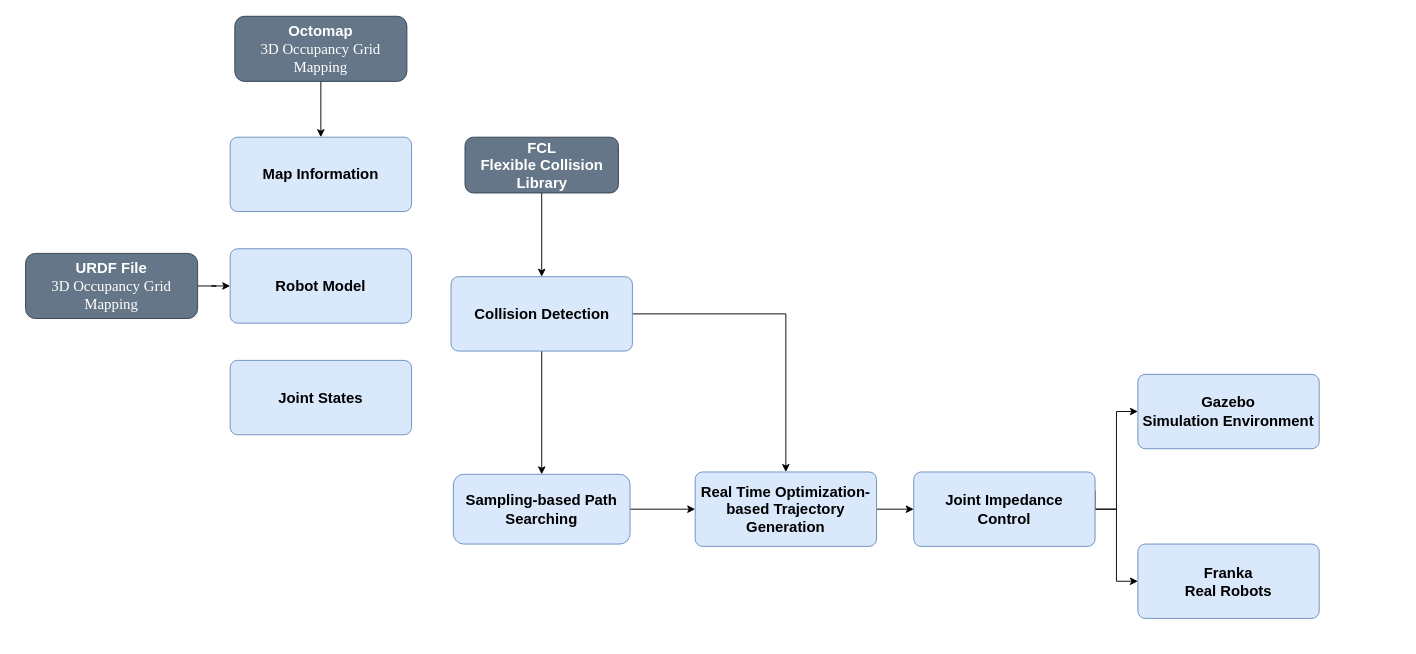
The draw.io diagram Untitled Diagram.drawio in jasonchenj/game, before the edit. Source tidied: cells renumbered, new cells numbered last; positions are measured from the earlier drawing's top-left corner, leaving out a move shared by most shapes. Both pictures are drawn from the tidied source at 93%, with x=0, y=0 at pixel (25, 16).
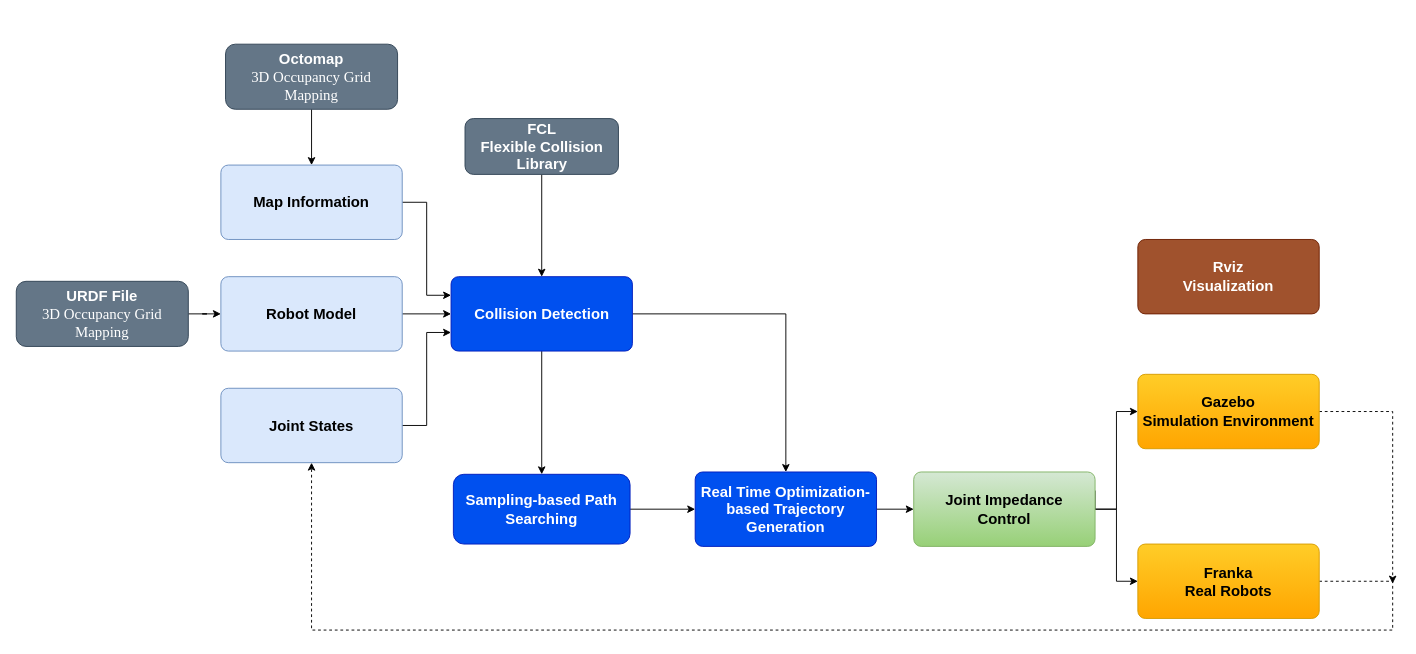
Above is the later version.

Diff of the diagram source:
```diff
@@
     <mxCell id="3" value="&lt;font style=&quot;font-size: 16px&quot;&gt;&lt;b&gt;FCL&lt;br&gt;Flexible Collision Library&lt;br&gt;&lt;/b&gt;&lt;/font&gt;" style="rounded=1;whiteSpace=wrap;html=1;fillColor=#647687;strokeColor=#314354;fontColor=#ffffff;" parent="1" vertex="1">
-      <mxGeometry x="472.5" y="130" width="165" height="60" as="geometry" />
+      <mxGeometry x="472.5" y="110" width="165" height="60" as="geometry" />
     </mxCell>
@@
-    <mxCell id="5" value="&lt;span style=&quot;font-size: 16px&quot;&gt;&lt;b&gt;Sampling-based Path Searching&lt;/b&gt;&lt;/span&gt;" style="rounded=1;whiteSpace=wrap;html=1;fillColor=#dae8fc;strokeColor=#6c8ebf;" parent="1" vertex="1">
+    <mxCell id="5" value="&lt;span style=&quot;font-size: 16px&quot;&gt;&lt;b&gt;Sampling-based Path Searching&lt;/b&gt;&lt;/span&gt;" style="rounded=1;whiteSpace=wrap;html=1;fillColor=#0050ef;strokeColor=#001DBC;fontColor=#ffffff;" parent="1" vertex="1">
       <mxGeometry x="460" y="492.5" width="190" height="75" as="geometry" />
     </mxCell>
@@
-    <mxCell id="7" value="&lt;span style=&quot;font-size: 16px&quot;&gt;&lt;b&gt;Real Time Optimization-based Trajectory Generation&lt;/b&gt;&lt;/span&gt;" style="rounded=1;whiteSpace=wrap;html=1;fillColor=#dae8fc;strokeColor=#6c8ebf;arcSize=10;" parent="1" vertex="1">
+    <mxCell id="7" value="&lt;span style=&quot;font-size: 16px&quot;&gt;&lt;b&gt;Real Time Optimization-based Trajectory Generation&lt;/b&gt;&lt;/span&gt;" style="rounded=1;whiteSpace=wrap;html=1;fillColor=#0050ef;strokeColor=#001DBC;arcSize=10;fontColor=#ffffff;" parent="1" vertex="1">
       <mxGeometry x="720" y="490" width="195" height="80" as="geometry" />
     </mxCell>
@@
-    <mxCell id="10" value="&lt;span style=&quot;font-size: 16px&quot;&gt;&lt;b&gt;Collision Detection&lt;/b&gt;&lt;/span&gt;" style="rounded=1;whiteSpace=wrap;html=1;fillColor=#dae8fc;strokeColor=#6c8ebf;arcSize=10;" parent="1" vertex="1">
+    <mxCell id="10" value="&lt;span style=&quot;font-size: 16px&quot;&gt;&lt;b&gt;Collision Detection&lt;/b&gt;&lt;/span&gt;" style="rounded=1;whiteSpace=wrap;html=1;fillColor=#0050ef;strokeColor=#001DBC;arcSize=10;fontColor=#ffffff;" parent="1" vertex="1">
       <mxGeometry x="457.5" y="280" width="195" height="80" as="geometry" />
     </mxCell>
@@
-    <mxCell id="13" value="&lt;span style=&quot;font-size: 16px&quot;&gt;&lt;b&gt;Joint Impedance &lt;br&gt;Control&lt;/b&gt;&lt;/span&gt;" style="rounded=1;whiteSpace=wrap;html=1;fillColor=#dae8fc;strokeColor=#6c8ebf;arcSize=10;" parent="1" vertex="1">
+    <mxCell id="13" value="&lt;span style=&quot;font-size: 16px&quot;&gt;&lt;b&gt;Joint Impedance &lt;br&gt;Control&lt;/b&gt;&lt;/span&gt;" style="rounded=1;whiteSpace=wrap;html=1;fillColor=#d5e8d4;strokeColor=#82b366;arcSize=10;gradientColor=#97d077;" parent="1" vertex="1">
       <mxGeometry x="955" y="490" width="195" height="80" as="geometry" />
     </mxCell>
+    <mxCell id="23" style="edgeStyle=orthogonalEdgeStyle;rounded=0;jettySize=auto;html=1;dashed=1;" parent="1" edge="1" source="14">
+      <mxGeometry relative="1" as="geometry">
+        <mxPoint x="1470" y="610" as="targetPoint" />
+        <Array as="points">
+          <mxPoint x="1470" y="425" />
+        </Array>
+      </mxGeometry>
+    </mxCell>
-    <mxCell id="14" value="&lt;span style=&quot;font-size: 16px&quot;&gt;&lt;b&gt;Gazebo&lt;br&gt;Simulation Environment&lt;br&gt;&lt;/b&gt;&lt;/span&gt;" style="rounded=1;whiteSpace=wrap;html=1;fillColor=#dae8fc;strokeColor=#6c8ebf;arcSize=10;" parent="1" vertex="1">
+    <mxCell id="14" value="&lt;span style=&quot;font-size: 16px&quot;&gt;&lt;b&gt;Gazebo&lt;br&gt;Simulation Environment&lt;br&gt;&lt;/b&gt;&lt;/span&gt;" style="rounded=1;whiteSpace=wrap;html=1;fillColor=#ffcd28;strokeColor=#d79b00;arcSize=10;gradientColor=#ffa500;" parent="1" vertex="1">
       <mxGeometry x="1196" y="385" width="195" height="80" as="geometry" />
     </mxCell>
+    <mxCell id="24" style="edgeStyle=orthogonalEdgeStyle;rounded=0;jettySize=auto;html=1;entryX=0.5;entryY=1;entryDx=0;entryDy=0;dashed=1;" parent="1" edge="1" source="15" target="20">
+      <mxGeometry relative="1" as="geometry">
+        <Array as="points">
+          <mxPoint x="1470" y="607" />
+          <mxPoint x="1470" y="660" />
+          <mxPoint x="307" y="660" />
+        </Array>
+      </mxGeometry>
+    </mxCell>
-    <mxCell id="15" value="&lt;span style=&quot;font-size: 16px&quot;&gt;&lt;b&gt;Franka&lt;br&gt;Real Robots&lt;br&gt;&lt;/b&gt;&lt;/span&gt;" style="rounded=1;whiteSpace=wrap;html=1;fillColor=#dae8fc;strokeColor=#6c8ebf;arcSize=10;" parent="1" vertex="1">
+    <mxCell id="15" value="&lt;span style=&quot;font-size: 16px&quot;&gt;&lt;b&gt;Franka&lt;br&gt;Real Robots&lt;br&gt;&lt;/b&gt;&lt;/span&gt;" style="rounded=1;whiteSpace=wrap;html=1;fillColor=#ffcd28;strokeColor=#d79b00;arcSize=10;gradientColor=#ffa500;" parent="1" vertex="1">
       <mxGeometry x="1196" y="567.5" width="195" height="80" as="geometry" />
     </mxCell>
+    <mxCell id="25" style="edgeStyle=orthogonalEdgeStyle;rounded=0;jettySize=auto;html=1;entryX=0;entryY=0.25;entryDx=0;entryDy=0;" parent="1" edge="1" source="16" target="10">
+      <mxGeometry relative="1" as="geometry" />
+    </mxCell>
     <mxCell id="16" value="&lt;span style=&quot;font-size: 16px&quot;&gt;&lt;b&gt;Map Information&lt;/b&gt;&lt;/span&gt;" style="rounded=1;whiteSpace=wrap;html=1;fillColor=#dae8fc;strokeColor=#6c8ebf;arcSize=10;" parent="1" vertex="1">
-      <mxGeometry x="220" y="130" width="195" height="80" as="geometry" />
+      <mxGeometry x="210" y="160" width="195" height="80" as="geometry" />
     </mxCell>
+    <mxCell id="26" style="edgeStyle=orthogonalEdgeStyle;rounded=0;jettySize=auto;html=1;" parent="1" edge="1" source="17" target="10">
+      <mxGeometry relative="1" as="geometry" />
+    </mxCell>
     <mxCell id="17" value="&lt;span style=&quot;font-size: 16px&quot;&gt;&lt;b&gt;Robot Model&lt;/b&gt;&lt;/span&gt;" style="rounded=1;whiteSpace=wrap;html=1;fillColor=#dae8fc;strokeColor=#6c8ebf;arcSize=10;" parent="1" vertex="1">
-      <mxGeometry x="220" y="250" width="195" height="80" as="geometry" />
+      <mxGeometry x="210" y="280" width="195" height="80" as="geometry" />
     </mxCell>
@@
     <mxCell id="19" value="&lt;font style=&quot;font-size: 16px&quot;&gt;&lt;b&gt;Octomap&lt;br&gt;&lt;/b&gt;&lt;span style=&quot;font-family: &amp;#34;times new roman&amp;#34; ; font-size: medium&quot;&gt;3D Occupancy Grid Mapping&lt;/span&gt;&lt;b&gt;&lt;br&gt;&lt;/b&gt;&lt;/font&gt;" style="rounded=1;whiteSpace=wrap;html=1;fillColor=#647687;strokeColor=#314354;fontColor=#ffffff;" parent="1" vertex="1">
-      <mxGeometry x="225" width="185" height="70" as="geometry" />
+      <mxGeometry x="215" y="30" width="185" height="70" as="geometry" />
     </mxCell>
+    <mxCell id="27" style="edgeStyle=orthogonalEdgeStyle;rounded=0;jettySize=auto;html=1;entryX=0;entryY=0.75;entryDx=0;entryDy=0;" parent="1" edge="1" source="20" target="10">
+      <mxGeometry relative="1" as="geometry" />
+    </mxCell>
     <mxCell id="20" value="&lt;span style=&quot;font-size: 16px&quot;&gt;&lt;b&gt;Joint States&lt;/b&gt;&lt;/span&gt;" style="rounded=1;whiteSpace=wrap;html=1;fillColor=#dae8fc;strokeColor=#6c8ebf;arcSize=10;" parent="1" vertex="1">
-      <mxGeometry x="220" y="370" width="195" height="80" as="geometry" />
+      <mxGeometry x="210" y="400" width="195" height="80" as="geometry" />
     </mxCell>
@@
     <mxCell id="22" value="&lt;font style=&quot;font-size: 16px&quot;&gt;&lt;b&gt;URDF File&lt;br&gt;&lt;/b&gt;&lt;span style=&quot;font-family: &amp;#34;times new roman&amp;#34; ; font-size: medium&quot;&gt;3D Occupancy Grid Mapping&lt;/span&gt;&lt;b&gt;&lt;br&gt;&lt;/b&gt;&lt;/font&gt;" style="rounded=1;whiteSpace=wrap;html=1;fillColor=#647687;strokeColor=#314354;fontColor=#ffffff;" parent="1" vertex="1">
-      <mxGeometry y="255" width="185" height="70" as="geometry" />
+      <mxGeometry x="-10" y="285" width="185" height="70" as="geometry" />
     </mxCell>
+    <mxCell id="28" value="&lt;span style=&quot;font-size: 16px&quot;&gt;&lt;b&gt;Rviz&lt;br&gt;Visualization&lt;/b&gt;&lt;/span&gt;" style="rounded=1;whiteSpace=wrap;html=1;fillColor=#a0522d;strokeColor=#6D1F00;arcSize=10;fontColor=#ffffff;" parent="1" vertex="1">
+      <mxGeometry x="1196" y="240" width="195" height="80" as="geometry" />
+    </mxCell>
```
